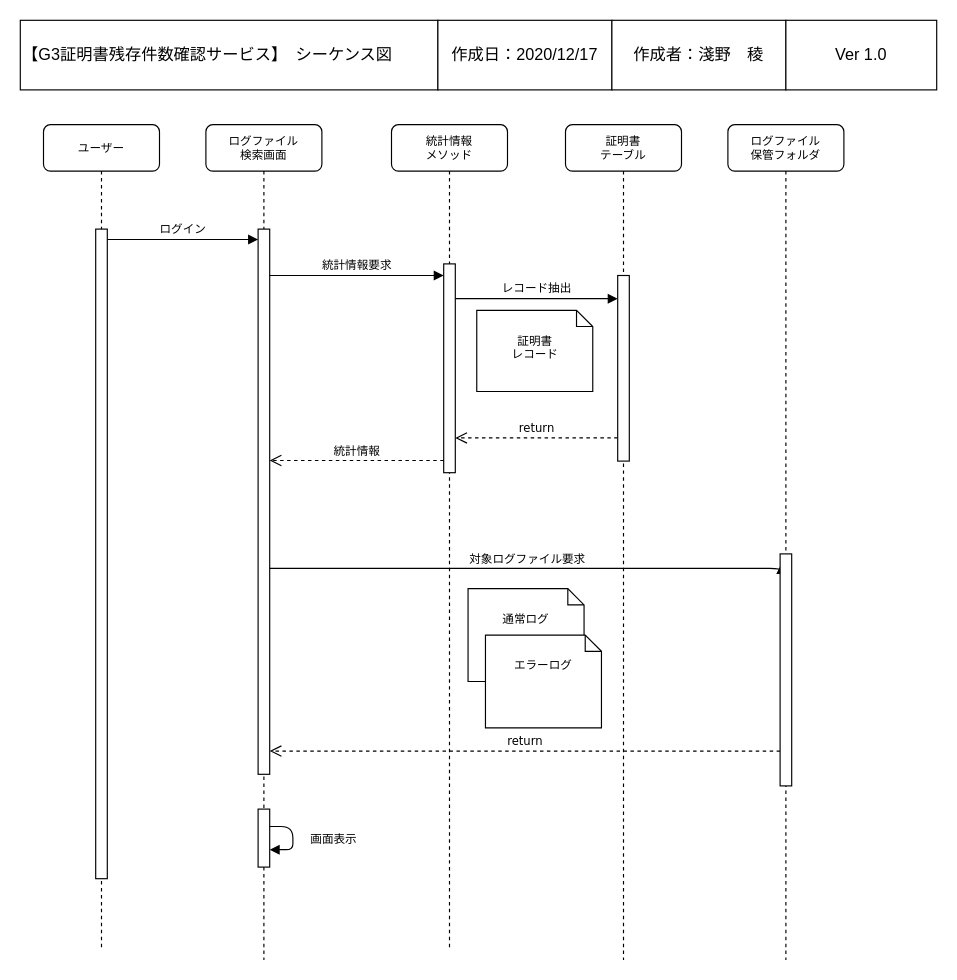
Before: page "シーケンス図（WEB UI）" (2 of 6) of UMLDiagram.drawio in r-asano/kaihatsubuKenshu, a draw.io diagram. Source tidied: cells renumbered, new cells numbered last; positions are measured from the earlier drawing's top-left corner, leaving out a move shared by most shapes. Both pictures are drawn from the tidied source at 116%, with x=0, y=0 at pixel (20, 20).
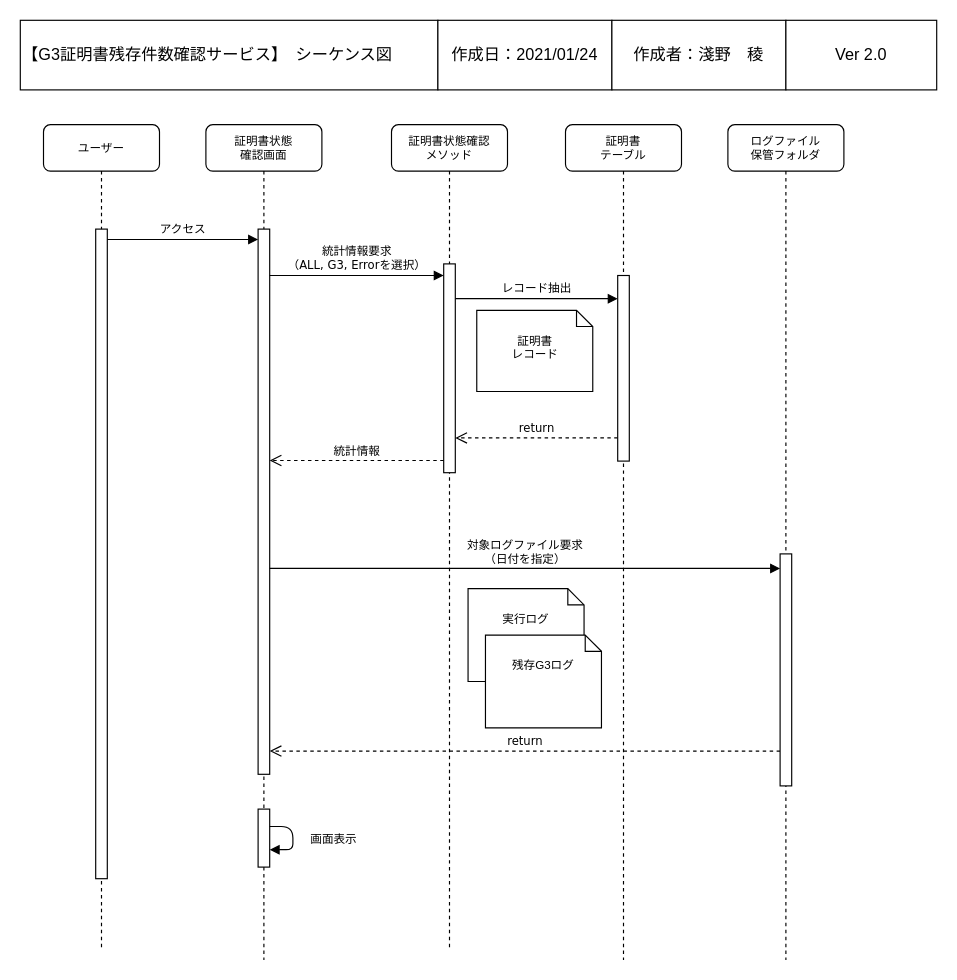
The same page after the edit.

Commit message:
シーケンス図（WEB）の更新

The change refers to these unchanged cells:
```xml
<mxCell id="3" style="html=1;points=[];perimeter=orthogonalPerimeter;rounded=0;shadow=0;comic=0;labelBackgroundColor=none;strokeWidth=1;fontFamily=Verdana;fontSize=10;align=center;" parent="2" vertex="1">
  <mxGeometry x="45" y="90" width="10" height="470" as="geometry" />
</mxCell>
<mxCell id="7" style="html=1;points=[];perimeter=orthogonalPerimeter;rounded=0;shadow=0;comic=0;labelBackgroundColor=none;strokeWidth=1;fontFamily=Verdana;fontSize=10;align=center;" parent="6" vertex="1">
  <mxGeometry x="45" y="120" width="10" height="180" as="geometry" />
</mxCell>
<mxCell id="9" style="html=1;points=[];perimeter=orthogonalPerimeter;rounded=0;shadow=0;comic=0;labelBackgroundColor=none;strokeWidth=1;fontFamily=Verdana;fontSize=10;align=center;" parent="8" vertex="1">
  <mxGeometry x="45" y="90" width="10" height="560" as="geometry" />
</mxCell>
<mxCell id="14" style="html=1;points=[];perimeter=orthogonalPerimeter;rounded=0;shadow=0;comic=0;labelBackgroundColor=none;strokeWidth=1;fontFamily=Verdana;fontSize=10;align=center;" parent="13" vertex="1">
  <mxGeometry x="45" y="370" width="10" height="200" as="geometry" />
</mxCell>
```

Diff of the diagram source:
```diff
@@
-    <mxCell id="2" value="ログファイル&lt;br style=&quot;font-size: 10px&quot;&gt;検索画面" style="shape=umlLifeline;perimeter=lifelinePerimeter;whiteSpace=wrap;html=1;rounded=1;shadow=0;comic=0;labelBackgroundColor=none;strokeWidth=1;fontFamily=Verdana;fontSize=10;align=center;" parent="1" vertex="1">
+    <mxCell id="2" value="証明書状態&lt;br style=&quot;font-size: 10px&quot;&gt;確認画面" style="shape=umlLifeline;perimeter=lifelinePerimeter;whiteSpace=wrap;html=1;rounded=1;shadow=0;comic=0;labelBackgroundColor=none;strokeWidth=1;fontFamily=Verdana;fontSize=10;align=center;" parent="1" vertex="1">
       <mxGeometry x="160" y="90" width="100" height="720" as="geometry" />
     </mxCell>
@@
-    <mxCell id="6" value="&lt;div style=&quot;font-size: 10px&quot;&gt;統計情報&lt;/div&gt;&lt;div style=&quot;font-size: 10px&quot;&gt;メソッド&lt;br style=&quot;font-size: 10px&quot;&gt;&lt;/div&gt;" style="shape=umlLifeline;perimeter=lifelinePerimeter;whiteSpace=wrap;html=1;rounded=1;shadow=0;comic=0;labelBackgroundColor=none;strokeWidth=1;fontFamily=Verdana;fontSize=10;align=center;" parent="1" vertex="1">
+    <mxCell id="6" value="&lt;div style=&quot;font-size: 10px&quot;&gt;証明書状態確認&lt;br&gt;&lt;/div&gt;&lt;div style=&quot;font-size: 10px&quot;&gt;メソッド&lt;br style=&quot;font-size: 10px&quot;&gt;&lt;/div&gt;" style="shape=umlLifeline;perimeter=lifelinePerimeter;whiteSpace=wrap;html=1;rounded=1;shadow=0;comic=0;labelBackgroundColor=none;strokeWidth=1;fontFamily=Verdana;fontSize=10;align=center;" parent="1" vertex="1">
       <mxGeometry x="320" y="90" width="100" height="710" as="geometry" />
     </mxCell>
@@
-    <mxCell id="10" value="対象ログファイル要求" style="html=1;verticalAlign=bottom;endArrow=block;labelBackgroundColor=none;fontFamily=Verdana;fontSize=10;edgeStyle=elbowEdgeStyle;elbow=vertical;entryX=0.1;entryY=0.043;entryDx=0;entryDy=0;entryPerimeter=0;" parent="1" edge="1" target="14">
+    <mxCell id="10" value="&lt;div&gt;対象ログファイル要求&lt;/div&gt;（日付を指定）" style="html=1;verticalAlign=bottom;endArrow=block;labelBackgroundColor=none;fontFamily=Verdana;fontSize=10;edgeStyle=elbowEdgeStyle;elbow=vertical;" parent="1" edge="1" target="14">
       <mxGeometry relative="1" as="geometry">
         <mxPoint x="215" y="472.5" as="sourcePoint" />
         <Array as="points">
           <mxPoint x="300" y="472.5" />
         </Array>
       </mxGeometry>
     </mxCell>
@@
-    <mxCell id="12" value="ログイン" style="html=1;verticalAlign=bottom;endArrow=block;labelBackgroundColor=none;fontFamily=Verdana;fontSize=10;edgeStyle=elbowEdgeStyle;elbow=vertical;entryX=0;entryY=0.45;entryDx=0;entryDy=0;entryPerimeter=0;" parent="1" edge="1" source="9">
+    <mxCell id="12" value="アクセス" style="html=1;verticalAlign=bottom;endArrow=block;labelBackgroundColor=none;fontFamily=Verdana;fontSize=10;edgeStyle=elbowEdgeStyle;elbow=vertical;entryX=0;entryY=0.45;entryDx=0;entryDy=0;entryPerimeter=0;" parent="1" edge="1" source="9">
       <mxGeometry relative="1" as="geometry">
         <mxPoint x="205" y="189" as="targetPoint" />
         <Array as="points">
           <mxPoint x="140" y="189" />
           <mxPoint x="165" y="200" />
         </Array>
       </mxGeometry>
     </mxCell>
@@
-    <mxCell id="21" value="統計情報要求" style="html=1;verticalAlign=bottom;endArrow=block;labelBackgroundColor=none;fontFamily=Verdana;fontSize=10;edgeStyle=elbowEdgeStyle;elbow=vertical;" parent="1" edge="1" source="3" target="7">
+    <mxCell id="21" value="&lt;div&gt;統計情報要求&lt;/div&gt;（ALL, G3, Errorを選択）" style="html=1;verticalAlign=bottom;endArrow=block;labelBackgroundColor=none;fontFamily=Verdana;fontSize=10;edgeStyle=elbowEdgeStyle;elbow=vertical;" parent="1" edge="1" source="3" target="7">
       <mxGeometry relative="1" as="geometry">
         <Array as="points">
           <mxPoint x="230" y="220" />
         </Array>
       </mxGeometry>
     </mxCell>
-    <mxCell id="22" value="&lt;div style=&quot;font-size: 10px;&quot; align=&quot;center&quot;&gt;通常ログ&lt;/div&gt;" style="shape=note2;boundedLbl=1;whiteSpace=wrap;html=1;size=14;verticalAlign=top;align=center;fontSize=10;" parent="1" vertex="1">
+    <mxCell id="22" value="&lt;div style=&quot;font-size: 10px&quot; align=&quot;center&quot;&gt;実行ログ&lt;/div&gt;" style="shape=note2;boundedLbl=1;whiteSpace=wrap;html=1;size=14;verticalAlign=top;align=center;fontSize=10;" parent="1" vertex="1">
       <mxGeometry x="386" y="490" width="100" height="80" as="geometry" />
     </mxCell>
-    <mxCell id="23" value="エラーログ" style="shape=note2;boundedLbl=1;whiteSpace=wrap;html=1;size=14;verticalAlign=top;align=center;fontSize=10;" parent="1" vertex="1">
+    <mxCell id="23" value="残存G3ログ" style="shape=note2;boundedLbl=1;whiteSpace=wrap;html=1;size=14;verticalAlign=top;align=center;fontSize=10;" parent="1" vertex="1">
       <mxGeometry x="401" y="530" width="100" height="80" as="geometry" />
     </mxCell>
@@
-    <mxCell id="25" value="&lt;font style=&quot;font-size: 14px&quot;&gt;作成日：2020/12/17&lt;/font&gt;" style="rounded=0;whiteSpace=wrap;html=1;fontSize=14;" parent="1" vertex="1">
+    <mxCell id="25" value="&lt;font style=&quot;font-size: 14px&quot;&gt;作成日：2021/01/24&lt;/font&gt;" style="rounded=0;whiteSpace=wrap;html=1;fontSize=14;" parent="1" vertex="1">
       <mxGeometry x="360" width="150" height="60" as="geometry" />
     </mxCell>
@@
-    <mxCell id="27" value="&lt;font style=&quot;font-size: 14px;&quot;&gt;Ver 1.0&lt;/font&gt;" style="rounded=0;whiteSpace=wrap;html=1;fontSize=14;" parent="1" vertex="1">
+    <mxCell id="27" value="&lt;font style=&quot;font-size: 14px&quot;&gt;Ver 2.0&lt;/font&gt;" style="rounded=0;whiteSpace=wrap;html=1;fontSize=14;" parent="1" vertex="1">
       <mxGeometry x="660" width="130" height="60" as="geometry" />
     </mxCell>
```
